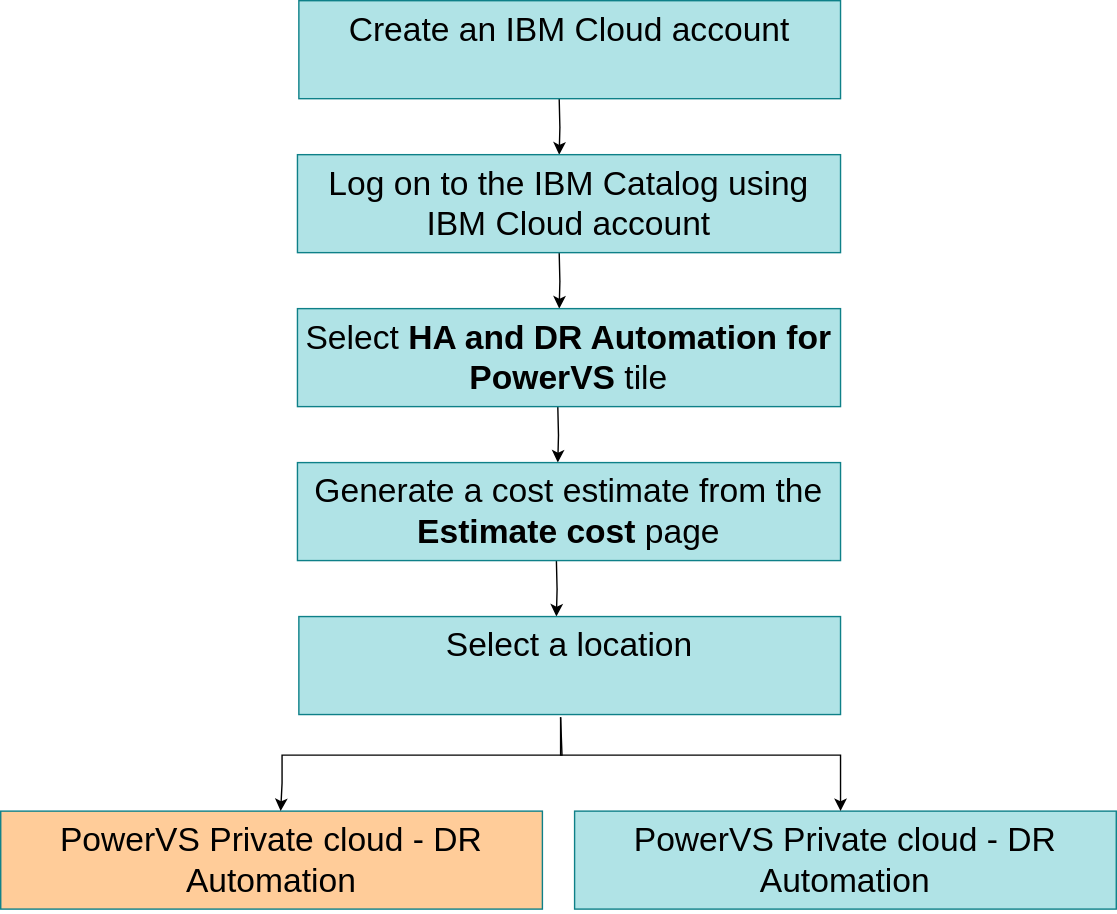
Above: images/life-Cycle-public-private.svg in ibm-cloud-docs/dr-automation-powervs (draw.io), before the change. Source tidied: cells renumbered, new cells last; positions are measured from the earlier drawing's top-left corner, leaving out a move shared by most shapes.
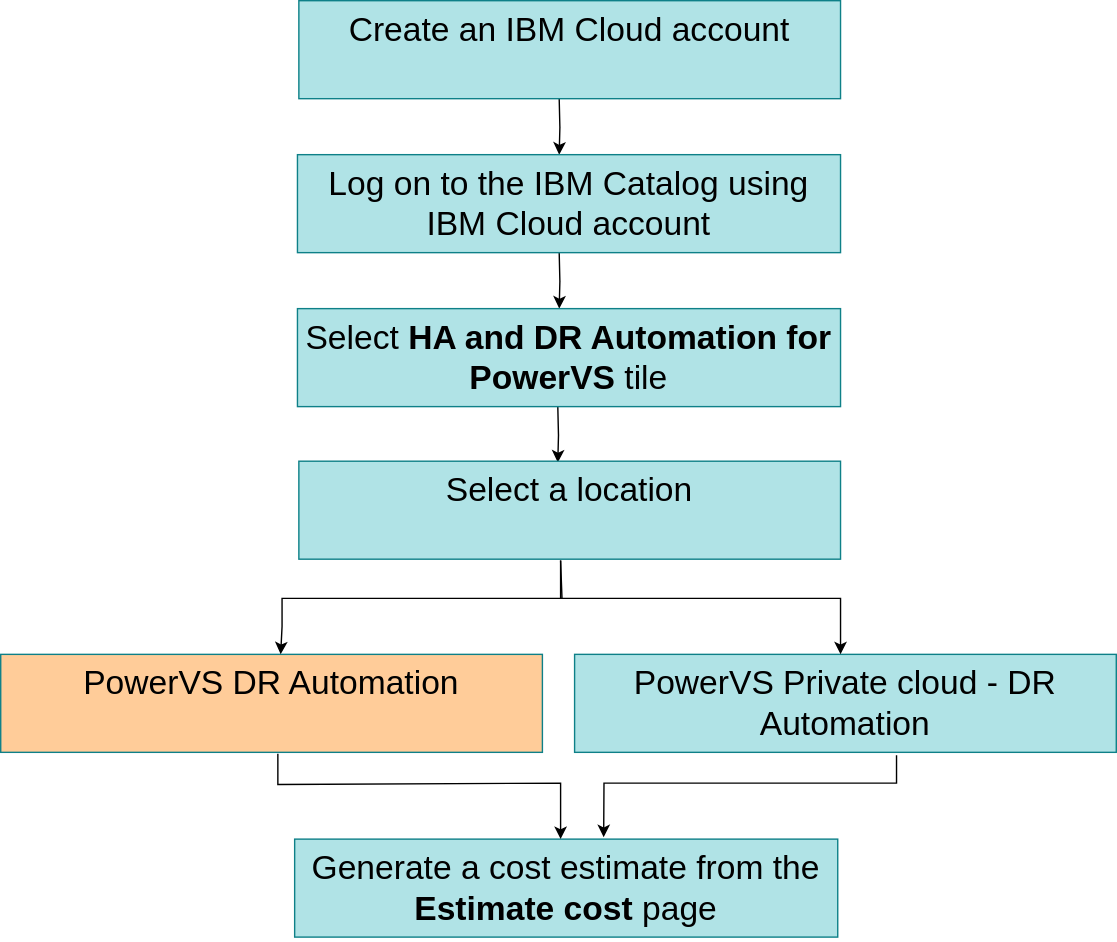
Later version of the same file.

Change to the diagram source:
```diff
@@ -20,12 +20,6 @@
         <mxPoint x="398" y="330" as="targetPoint" />
       </mxGeometry>
     </mxCell>
-    <mxCell id="5" style="edgeStyle=orthogonalEdgeStyle;rounded=0;orthogonalLoop=1;jettySize=auto;html=1;" parent="1" edge="1">
-      <mxGeometry relative="1" as="geometry">
-        <mxPoint x="397" y="400" as="sourcePoint" />
-        <mxPoint x="397" y="440" as="targetPoint" />
-      </mxGeometry>
-    </mxCell>
     <mxCell id="6" value="&lt;font style=&quot;font-size: 24px;&quot;&gt;Log on to the IBM Catalog using IBM Cloud account&lt;/font&gt;" style="text;html=1;whiteSpace=wrap;overflow=hidden;rounded=0;fillColor=#b0e3e6;strokeColor=#0e8088;align=center;" parent="1" vertex="1">
       <mxGeometry x="212" y="110" width="388" height="70" as="geometry" />
     </mxCell>
@@ -33,40 +27,61 @@
       <mxGeometry x="212" y="220" width="388" height="70" as="geometry" />
     </mxCell>
     <mxCell id="8" value="&lt;font style=&quot;font-size: 24px;&quot;&gt;Select a location&lt;/font&gt;" style="text;html=1;whiteSpace=wrap;overflow=hidden;rounded=0;fillColor=#b0e3e6;strokeColor=#0e8088;align=center;" parent="1" vertex="1">
-      <mxGeometry x="213" y="440" width="387" height="70" as="geometry" />
+      <mxGeometry x="213" y="329" width="387" height="70" as="geometry" />
     </mxCell>
     <mxCell id="9" value="&lt;font style=&quot;font-size: 24px;&quot;&gt;Create an IBM Cloud account&lt;/font&gt;" style="text;html=1;whiteSpace=wrap;overflow=hidden;rounded=0;fillColor=#b0e3e6;strokeColor=#0e8088;align=center;" parent="1" vertex="1">
       <mxGeometry x="213" width="387" height="70" as="geometry" />
     </mxCell>
     <mxCell id="10" value="&lt;font style=&quot;font-size: 24px;&quot;&gt;Generate a cost estimate from the &lt;b style=&quot;&quot;&gt;Estimate cost&lt;/b&gt; page&lt;/font&gt;" style="text;html=1;whiteSpace=wrap;overflow=hidden;rounded=0;fillColor=#b0e3e6;strokeColor=#0e8088;align=center;" parent="1" vertex="1">
-      <mxGeometry x="212" y="330" width="388" height="70" as="geometry" />
+      <mxGeometry x="210" y="599" width="388" height="70" as="geometry" />
     </mxCell>
     <mxCell id="11" value="&lt;span style=&quot;font-size: 24px;&quot;&gt;PowerVS Private cloud - DR Automation&lt;/span&gt;" style="text;html=1;whiteSpace=wrap;overflow=hidden;rounded=0;fillColor=#b0e3e6;strokeColor=#0e8088;align=center;" parent="1" vertex="1">
-      <mxGeometry x="410" y="579" width="387" height="70" as="geometry" />
+      <mxGeometry x="410" y="467" width="387" height="70" as="geometry" />
     </mxCell>
-    <mxCell id="12" value="&lt;div style=&quot;text-align: center;&quot;&gt;&lt;span style=&quot;font-size: 24px;&quot;&gt;PowerVS Private cloud - DR Automation&lt;/span&gt;&lt;/div&gt;" style="text;html=1;whiteSpace=wrap;overflow=hidden;rounded=0;fillColor=#FFCC99;strokeColor=#0e8088;align=center;" parent="1" vertex="1">
-      <mxGeometry y="579" width="387" height="70" as="geometry" />
+    <mxCell id="12" value="&lt;div style=&quot;text-align: center;&quot;&gt;&lt;span style=&quot;font-size: 24px;&quot;&gt;PowerVS DR Automation&lt;/span&gt;&lt;/div&gt;" style="text;html=1;whiteSpace=wrap;overflow=hidden;rounded=0;fillColor=#FFCC99;strokeColor=#0e8088;align=center;" parent="1" vertex="1">
+      <mxGeometry y="467" width="387" height="70" as="geometry" />
     </mxCell>
     <mxCell id="13" style="endArrow=classic;html=1;rounded=0;" parent="1" edge="1">
       <mxGeometry relative="1" as="geometry">
-        <mxPoint x="400" y="512" as="sourcePoint" />
-        <mxPoint x="200" y="579" as="targetPoint" />
+        <mxPoint x="400" y="400" as="sourcePoint" />
+        <mxPoint x="200" y="467" as="targetPoint" />
         <Array as="points">
-          <mxPoint x="401" y="539" />
-          <mxPoint x="201" y="539" />
-          <mxPoint x="201" y="559" />
+          <mxPoint x="401" y="427" />
+          <mxPoint x="201" y="427" />
+          <mxPoint x="201" y="447" />
         </Array>
       </mxGeometry>
     </mxCell>
     <mxCell id="14" style="endArrow=classic;html=1;rounded=0;" parent="1" edge="1">
       <mxGeometry relative="1" as="geometry">
-        <mxPoint x="400" y="512" as="sourcePoint" />
-        <mxPoint x="600" y="579" as="targetPoint" />
+        <mxPoint x="400" y="400" as="sourcePoint" />
+        <mxPoint x="600" y="467" as="targetPoint" />
         <Array as="points">
-          <mxPoint x="400" y="539" />
-          <mxPoint x="600" y="539" />
+          <mxPoint x="400" y="427" />
+          <mxPoint x="600" y="427" />
         </Array>
       </mxGeometry>
     </mxCell>
+    <mxCell id="15" style="endArrow=classic;html=1;rounded=0;entryX=0.569;entryY=-0.019;entryDx=0;entryDy=0;entryPerimeter=0;" parent="1" edge="1" target="10">
+      <mxGeometry relative="1" as="geometry">
+        <mxPoint x="640" y="539" as="sourcePoint" />
+        <Array as="points">
+          <mxPoint x="640" y="559" />
+          <mxPoint x="520" y="559" />
+          <mxPoint x="431" y="559" />
+        </Array>
+      </mxGeometry>
+    </mxCell>
+    <mxCell id="16" style="endArrow=classic;html=1;rounded=0;" parent="1" edge="1">
+      <mxGeometry relative="1" as="geometry">
+        <mxPoint x="198" y="538" as="sourcePoint" />
+        <mxPoint x="400" y="599" as="targetPoint" />
+        <Array as="points">
+          <mxPoint x="198" y="560" />
+          <mxPoint x="400" y="559" />
+          <mxPoint x="400" y="579" />
+        </Array>
+      </mxGeometry>
+    </mxCell>
   </root>
 </mxGraphModel>
```
